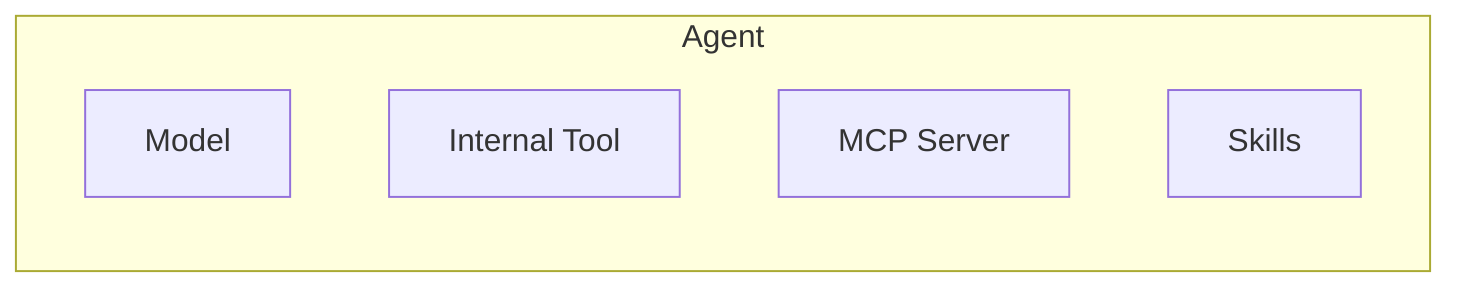
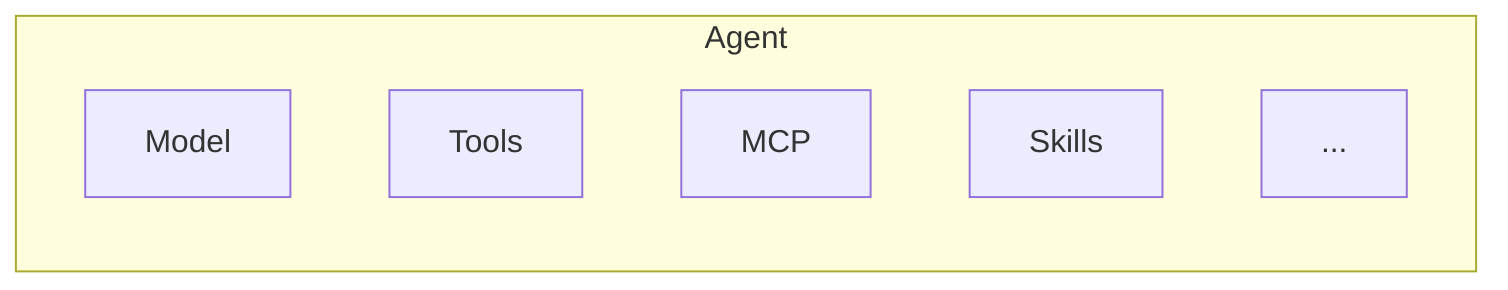
flowchart
  subgraph "Agent"
  direction TB
  A["Model"]
-   B["Internal Tool"]
-   C["MCP Server"]
+   B["Tools"]
+   C["MCP"]
  D["Skills"]
+   E["..."]
  end